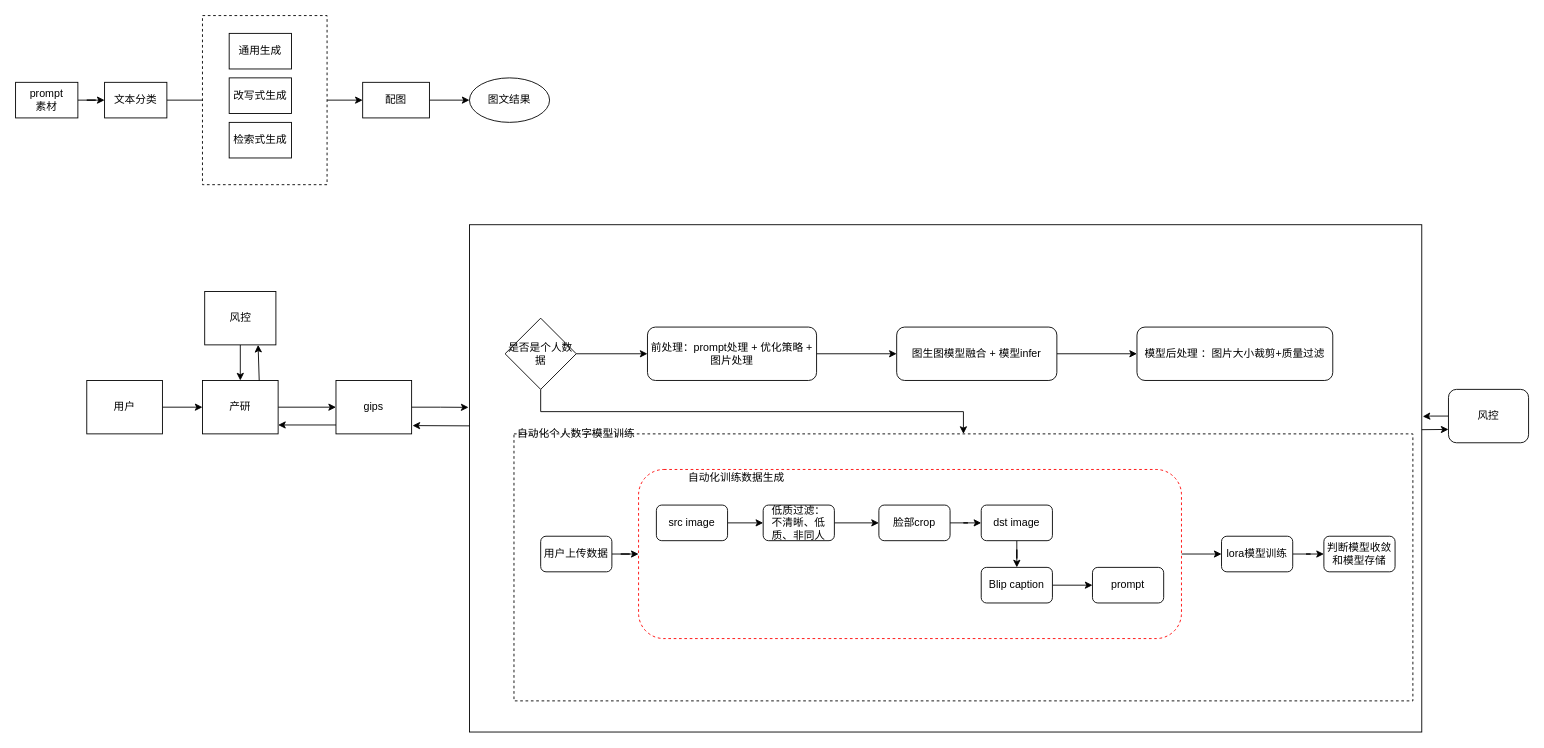
Above: 图文生产.drawio in 2018liuyan/one (draw.io), before the change. Source tidied: cells renumbered, new cells numbered last; positions are measured from the earlier drawing's top-left corner, leaving out a move shared by most shapes. Both pictures are drawn from the tidied source at 89%, with x=0, y=0 at pixel (15, 15).
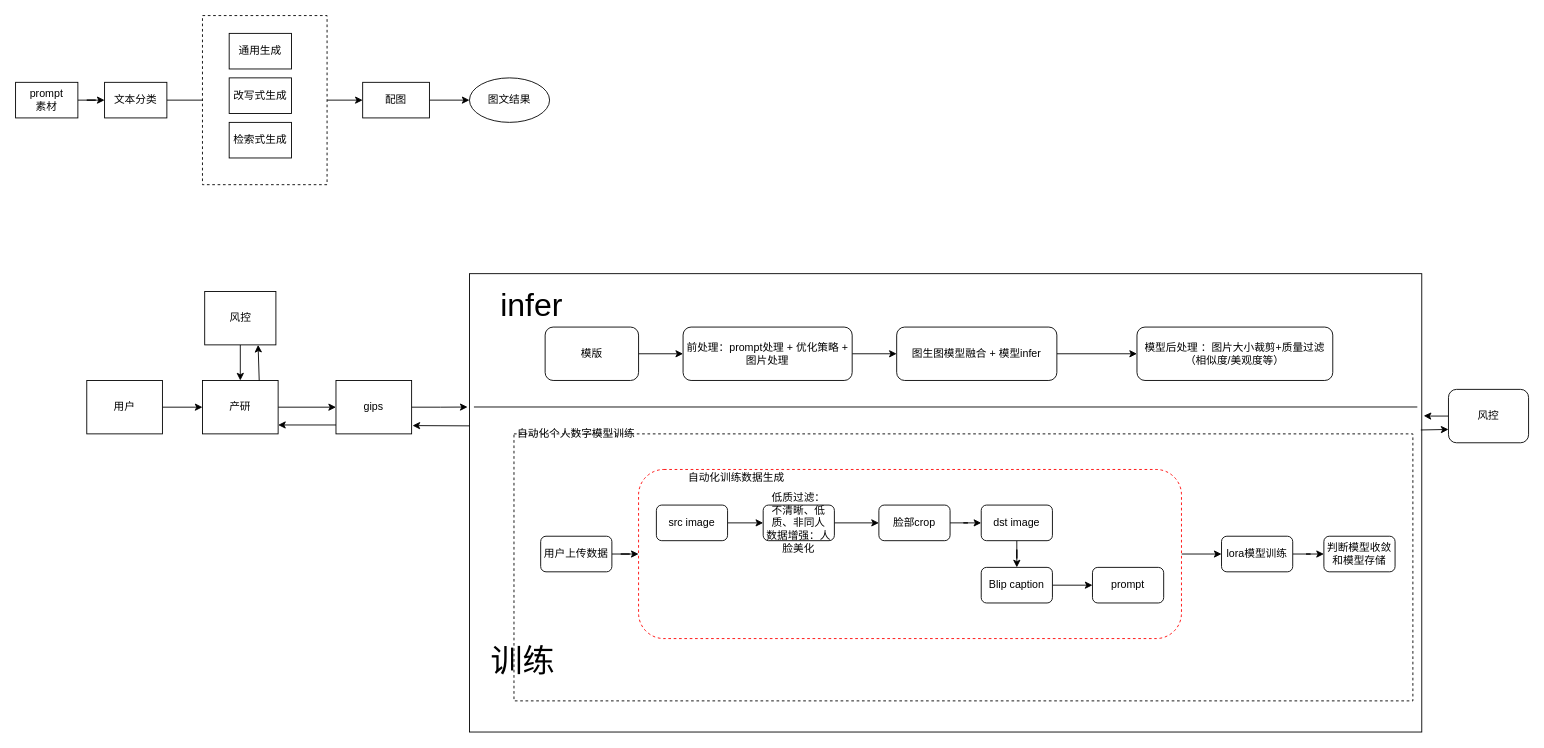
The same diagram, later.

Commit message:
更新图文生产.drawio

Unchanged cells that the change refers to:
```xml
<mxCell id="3" style="rounded=0;whiteSpace=wrap;html=1;dashed=1;" parent="1" vertex="1">
  <mxGeometry x="560" y="470" width="1010" height="300" as="geometry" />
</mxCell>
<mxCell id="24" value="gips" style="rounded=0;whiteSpace=wrap;html=1;" parent="1" vertex="1">
  <mxGeometry x="360" y="410" width="85" height="60" as="geometry" />
</mxCell>
<mxCell id="56" value="风控" style="rounded=1;whiteSpace=wrap;html=1;" parent="1" vertex="1">
  <mxGeometry x="1610" y="420" width="90" height="60" as="geometry" />
</mxCell>
```

Diff of the diagram source:
```diff
@@
     <mxCell id="2" style="rounded=0;whiteSpace=wrap;html=1;" parent="1" vertex="1">
-      <mxGeometry x="510" y="235" width="1070" height="570" as="geometry" />
+      <mxGeometry x="510" y="290" width="1070" height="515" as="geometry" />
     </mxCell>
@@
-    <mxCell id="20" value="模型后处理 ：图片大小裁剪+质量过滤" style="rounded=1;whiteSpace=wrap;html=1;" parent="1" vertex="1">
+    <mxCell id="20" value="模型后处理 ：图片大小裁剪+质量过滤（相似度/美观度等）" style="rounded=1;whiteSpace=wrap;html=1;" parent="1" vertex="1">
       <mxGeometry x="1260" y="350" width="220" height="60" as="geometry" />
     </mxCell>
@@
-    <mxCell id="23" style="edgeStyle=orthogonalEdgeStyle;rounded=0;jettySize=auto;html=1;entryX=-0.001;entryY=0.36;entryDx=0;entryDy=0;entryPerimeter=0;" parent="1" edge="1" source="24" target="2">
+    <mxCell id="23" style="edgeStyle=orthogonalEdgeStyle;rounded=0;jettySize=auto;html=1;entryX=-0.002;entryY=0.291;entryDx=0;entryDy=0;entryPerimeter=0;" parent="1" edge="1" source="24" target="2">
       <mxGeometry relative="1" as="geometry" />
     </mxCell>
@@
-    <mxCell id="36" value="低质过滤：&lt;br&gt;不清晰、低质、非同人" style="rounded=1;whiteSpace=wrap;html=1;" parent="1" vertex="1">
+    <mxCell id="36" value="低质过滤：&lt;br&gt;不清晰、低质、非同人&lt;br&gt;数据增强：人脸美化" style="rounded=1;whiteSpace=wrap;html=1;" parent="1" vertex="1">
       <mxGeometry x="840" y="550" width="80" height="40" as="geometry" />
     </mxCell>
@@
-    <mxCell id="49" style="edgeStyle=orthogonalEdgeStyle;rounded=0;jettySize=auto;html=1;" parent="1" edge="1" source="51" target="3">
-      <mxGeometry relative="1" as="geometry" />
-    </mxCell>
-    <mxCell id="50" style="edgeStyle=orthogonalEdgeStyle;rounded=0;jettySize=auto;html=1;" parent="1" edge="1" source="51" target="54">
-      <mxGeometry relative="1" as="geometry" />
-    </mxCell>
-    <mxCell id="51" value="是否是个人数据" style="rhombus;whiteSpace=wrap;html=1;" parent="1" vertex="1">
-      <mxGeometry x="550" y="340" width="80" height="80" as="geometry" />
-    </mxCell>
@@
     <mxCell id="54" value="前处理：prompt处理 + 优化策略 + 图片处理" style="rounded=1;whiteSpace=wrap;html=1;" parent="1" vertex="1">
-      <mxGeometry x="710" y="350" width="190" height="60" as="geometry" />
+      <mxGeometry x="750" y="350" width="190" height="60" as="geometry" />
     </mxCell>
-    <mxCell id="55" style="edgeStyle=orthogonalEdgeStyle;rounded=0;jettySize=auto;html=1;entryX=1.001;entryY=0.378;entryDx=0;entryDy=0;entryPerimeter=0;" parent="1" edge="1" source="56" target="2">
+    <mxCell id="55" style="edgeStyle=orthogonalEdgeStyle;rounded=0;jettySize=auto;html=1;entryX=1.002;entryY=0.31;entryDx=0;entryDy=0;entryPerimeter=0;" parent="1" edge="1" source="56" target="2">
       <mxGeometry relative="1" as="geometry" />
     </mxCell>
@@
-    <mxCell id="57" style="endArrow=classic;html=1;rounded=0;entryX=0;entryY=0.75;entryDx=0;entryDy=0;exitX=1;exitY=0.404;exitDx=0;exitDy=0;exitPerimeter=0;" parent="1" edge="1" source="2" target="56">
+    <mxCell id="57" style="endArrow=classic;html=1;rounded=0;entryX=0;entryY=0.75;entryDx=0;entryDy=0;exitX=0.999;exitY=0.341;exitDx=0;exitDy=0;exitPerimeter=0;" parent="1" edge="1" source="2" target="56">
       <mxGeometry relative="1" as="geometry" />
     </mxCell>
+    <mxCell id="58" style="endArrow=none;html=1;rounded=0;" parent="1" edge="1">
+      <mxGeometry relative="1" as="geometry">
+        <mxPoint x="515" y="439.8" as="sourcePoint" />
+        <mxPoint x="1575" y="439.8" as="targetPoint" />
+      </mxGeometry>
+    </mxCell>
+    <mxCell id="59" value="&lt;font style=&quot;font-size: 36px;&quot;&gt;infer&lt;/font&gt;" style="text;html=1;strokeColor=none;fillColor=none;align=center;verticalAlign=middle;whiteSpace=wrap;rounded=0;" parent="1" vertex="1">
+      <mxGeometry x="550" y="310" width="60" height="30" as="geometry" />
+    </mxCell>
+    <mxCell id="60" value="&lt;font style=&quot;font-size: 36px;&quot;&gt;训练&lt;/font&gt;" style="text;html=1;strokeColor=none;fillColor=none;align=center;verticalAlign=middle;whiteSpace=wrap;rounded=0;" parent="1" vertex="1">
+      <mxGeometry x="510" y="710" width="120" height="30" as="geometry" />
+    </mxCell>
+    <mxCell id="61" style="edgeStyle=orthogonalEdgeStyle;rounded=0;jettySize=auto;html=1;" parent="1" edge="1" source="62" target="54">
+      <mxGeometry relative="1" as="geometry" />
+    </mxCell>
+    <mxCell id="62" value="模版" style="rounded=1;whiteSpace=wrap;html=1;" parent="1" vertex="1">
+      <mxGeometry x="595" y="350" width="105" height="60" as="geometry" />
+    </mxCell>
```
